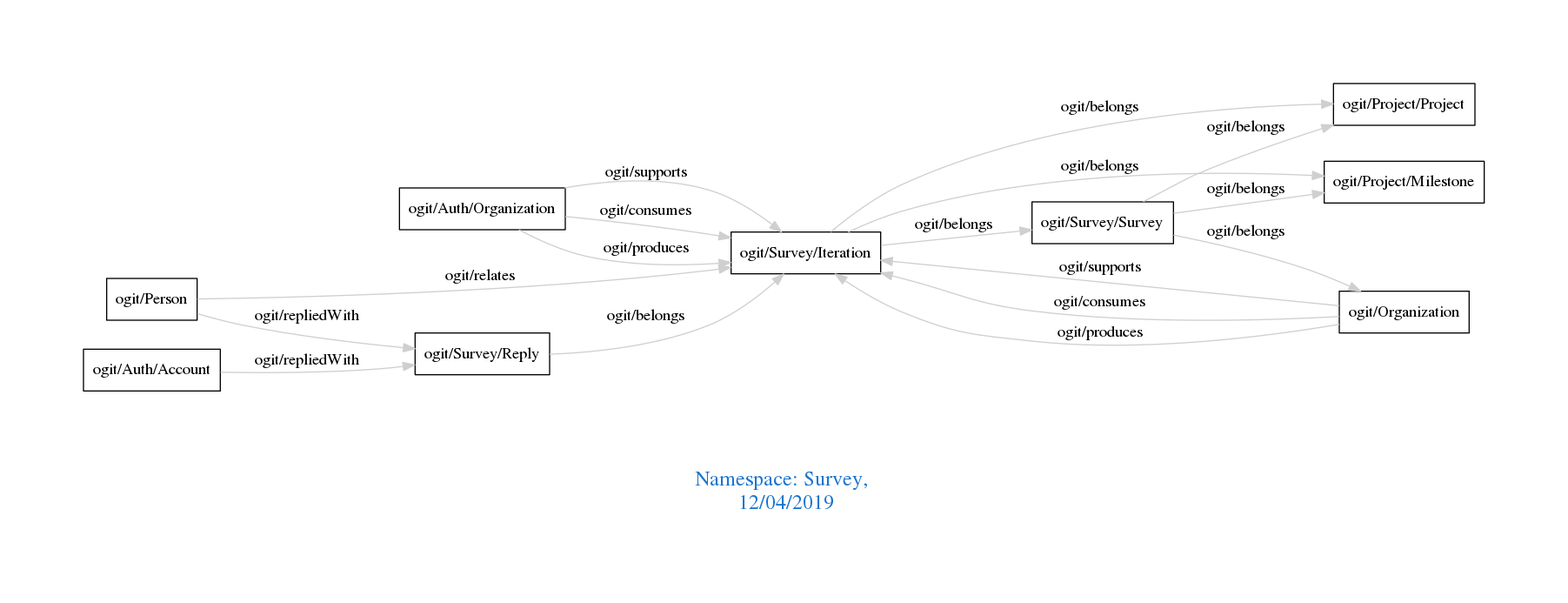
Above: downloads/Survey.png in arago/OGIT (Graphviz), before the change. Its source is kept beside it as downloads/Survey.dot.
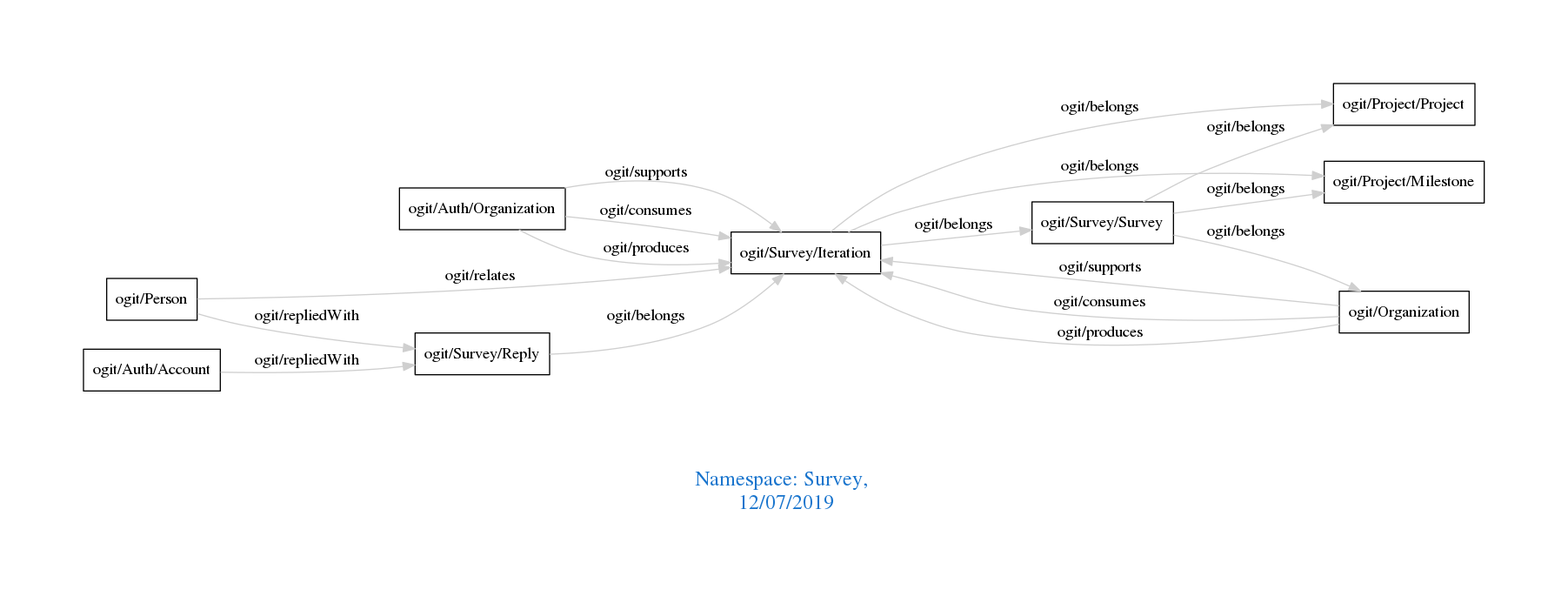
The same diagram one commit later.

The edit, as a diff of the source:
```diff
@@ -1,7 +1,7 @@
 digraph OGIT_ontology {
  graph [ rankdir= LR,pad=1
 fontsize = 18,
-fontcolor= dodgerblue3,label = "\n\n\nNamespace: Survey, \n 12/04/2019"];
+fontcolor= dodgerblue3,label = "\n\n\nNamespace: Survey, \n 12/07/2019"];
 node[shape=polygon];
 edge [  color="gray81"];
 
```
